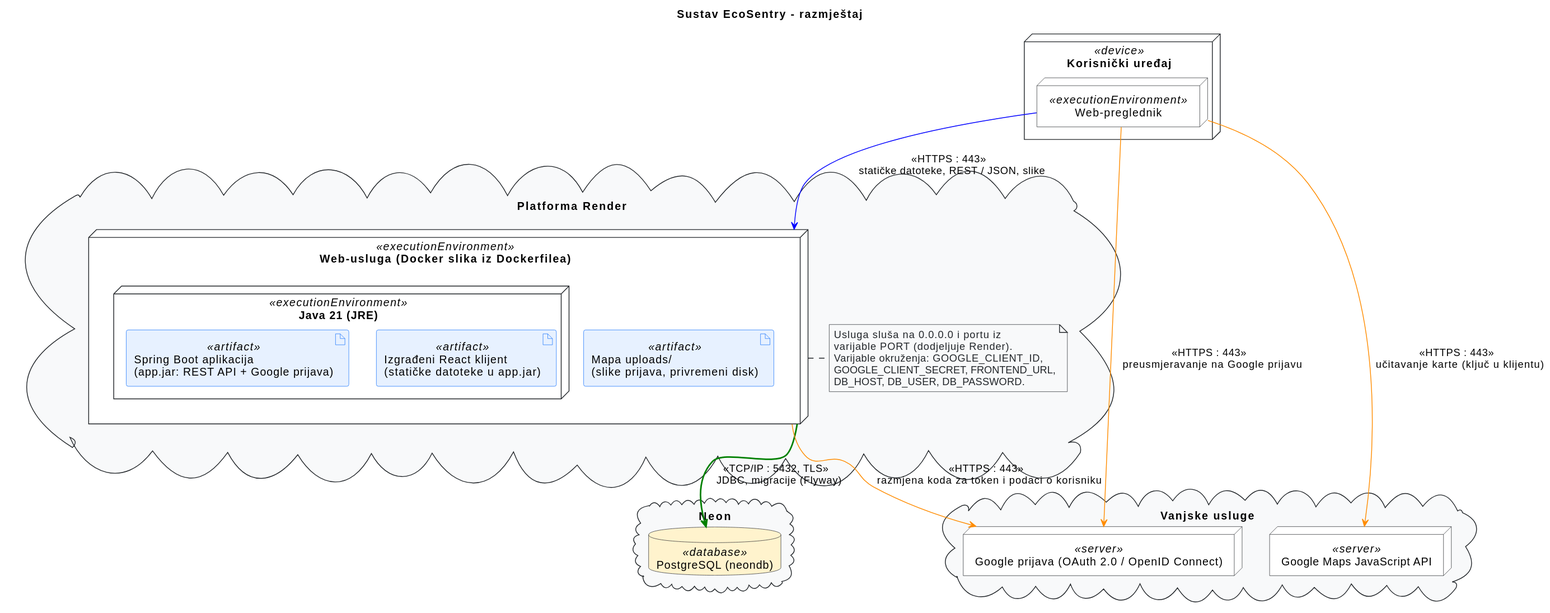
This is docs/assets/diagrams/6-1-ecosentry-DD.svg from garbage-collectors-fer/garbage-collectors, a PlantUML export, as it was before one commit. Its diagram source:
```plantuml
@startuml
title Sustav EcoSentry - razmještaj

skinparam shadowing false
skinparam defaultFontName Arial
skinparam ArrowColor #212529

skinparam node {
    BackgroundColor #FFFFFF
    BorderColor #212529
}

skinparam cloud {
    BackgroundColor #F8F9FA
    BorderColor #212529
}

skinparam artifact {
    BackgroundColor #E7F1FF
    BorderColor #0D6EFD
}

skinparam database {
    BackgroundColor #FFF3CD
    BorderColor #212529
}

skinparam note {
    BackgroundColor #F8F9FA
    BorderColor #212529
    FontColor #212529
}

node "Korisnički uređaj" as Device <<device>> {
  node "Web-preglednik" as Browser <<executionEnvironment>>
}

cloud "Platforma Render" as Render {

  node "Web-usluga (Docker slika iz Dockerfilea)" as Service <<executionEnvironment>> {
    node "Java 21 (JRE)" as Jre <<executionEnvironment>> {
      artifact "Spring Boot aplikacija\n(app.jar: REST API + Google prijava)" as Backend <<artifact>>
      artifact "Izgrađeni React klijent\n(statičke datoteke u app.jar)" as Frontend <<artifact>>
    }
    artifact "Mapa uploads/\n(slike prijava, privremeni disk)" as Uploads <<artifact>>
  }

  note right of Service
    Usluga sluša na 0.0.0.0 i portu iz
    varijable PORT (dodjeljuje Render).
    Varijable okruženja: GOOGLE_CLIENT_ID,
    GOOGLE_CLIENT_SECRET, FRONTEND_URL,
    DB_HOST, DB_USER, DB_PASSWORD.
  end note
}

cloud "Neon" as NeonCloud {
  database "PostgreSQL (neondb)" as DB <<database>>
}

cloud "Vanjske usluge" as External {
  node "Google prijava (OAuth 2.0 / OpenID Connect)" as IdP <<server>>
  node "Google Maps JavaScript API" as Maps <<server>>
}


Browser -[#blue]-> Service : <<HTTPS : 443>> \n statičke datoteke, REST / JSON, slike

Service -[#green,bold]-> DB : <<TCP/IP : 5432, TLS>> \n JDBC, migracije (Flyway)

Browser -[#darkorange]-> IdP : <<HTTPS : 443>> \n preusmjeravanje na Google prijavu
Service -[#darkorange]-> IdP : <<HTTPS : 443>> \n razmjena koda za token i podaci o korisniku

Browser -[#darkorange]-> Maps : <<HTTPS : 443>> \n učitavanje karte (ključ u klijentu)
@enduml
```
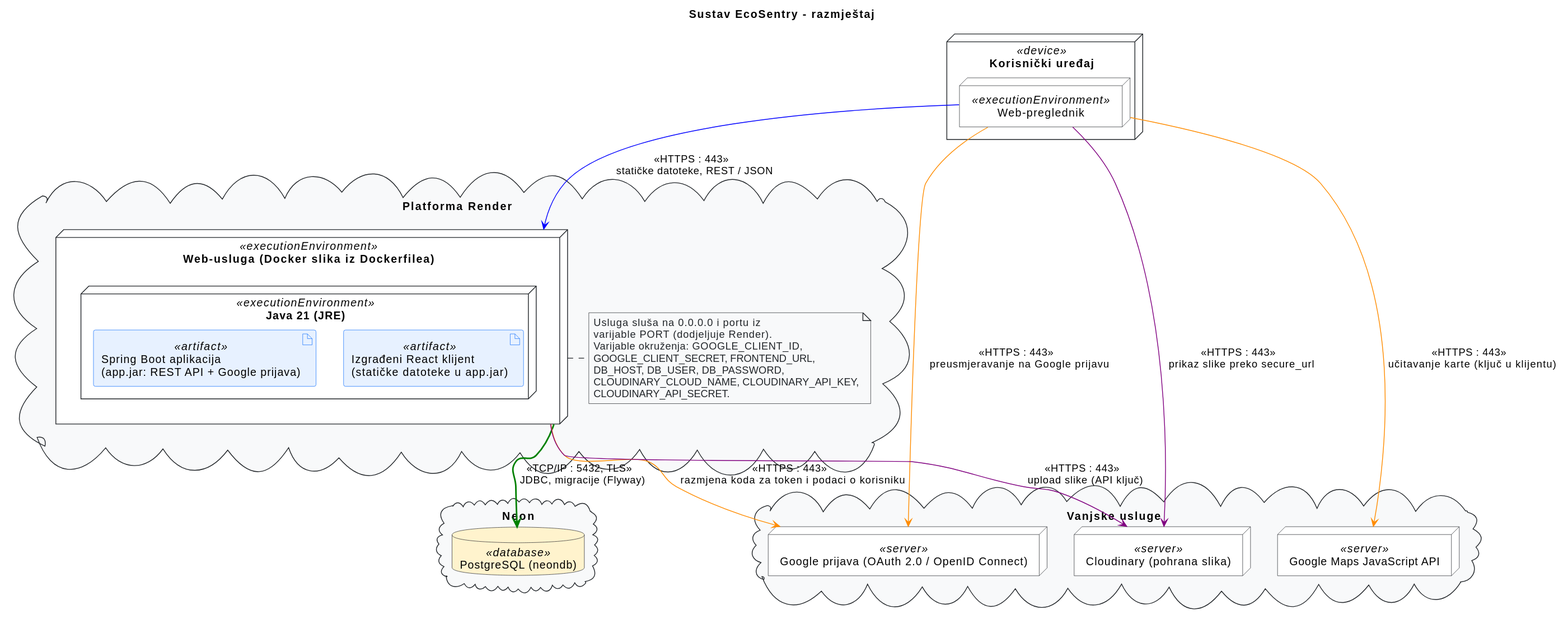
Above is the later version.

Commit message:
Ažuriran dijagram razmještaja (6-1)

Diff of the diagram source:
```diff
@@ -1,4 +1,6 @@
 @startuml
+
+
 title Sustav EcoSentry - razmještaj
 
 skinparam shadowing false
@@ -42,7 +44,6 @@
       artifact "Spring Boot aplikacija\n(app.jar: REST API + Google prijava)" as Backend <<artifact>>
       artifact "Izgrađeni React klijent\n(statičke datoteke u app.jar)" as Frontend <<artifact>>
     }
-    artifact "Mapa uploads/\n(slike prijava, privremeni disk)" as Uploads <<artifact>>
   }
 
   note right of Service
@@ -50,7 +51,9 @@
     varijable PORT (dodjeljuje Render).
     Varijable okruženja: GOOGLE_CLIENT_ID,
     GOOGLE_CLIENT_SECRET, FRONTEND_URL,
-    DB_HOST, DB_USER, DB_PASSWORD.
+    DB_HOST, DB_USER, DB_PASSWORD,
+    CLOUDINARY_CLOUD_NAME, CLOUDINARY_API_KEY,
+    CLOUDINARY_API_SECRET.
   end note
 }
 
@@ -61,10 +64,11 @@
 cloud "Vanjske usluge" as External {
   node "Google prijava (OAuth 2.0 / OpenID Connect)" as IdP <<server>>
   node "Google Maps JavaScript API" as Maps <<server>>
+  node "Cloudinary (pohrana slika)" as Cloudinary <<server>>
 }
 
 
-Browser -[#blue]-> Service : <<HTTPS : 443>> \n statičke datoteke, REST / JSON, slike
+Browser -[#blue]-> Service : <<HTTPS : 443>> \n statičke datoteke, REST / JSON
 
 Service -[#green,bold]-> DB : <<TCP/IP : 5432, TLS>> \n JDBC, migracije (Flyway)
 
@@ -72,4 +76,7 @@
 Service -[#darkorange]-> IdP : <<HTTPS : 443>> \n razmjena koda za token i podaci o korisniku
 
 Browser -[#darkorange]-> Maps : <<HTTPS : 443>> \n učitavanje karte (ključ u klijentu)
+
+Service -[#purple]-> Cloudinary : <<HTTPS : 443>> \n upload slike (API ključ)
+Browser -[#purple]-> Cloudinary : <<HTTPS : 443>> \n prikaz slike preko secure_url
 @enduml
```
